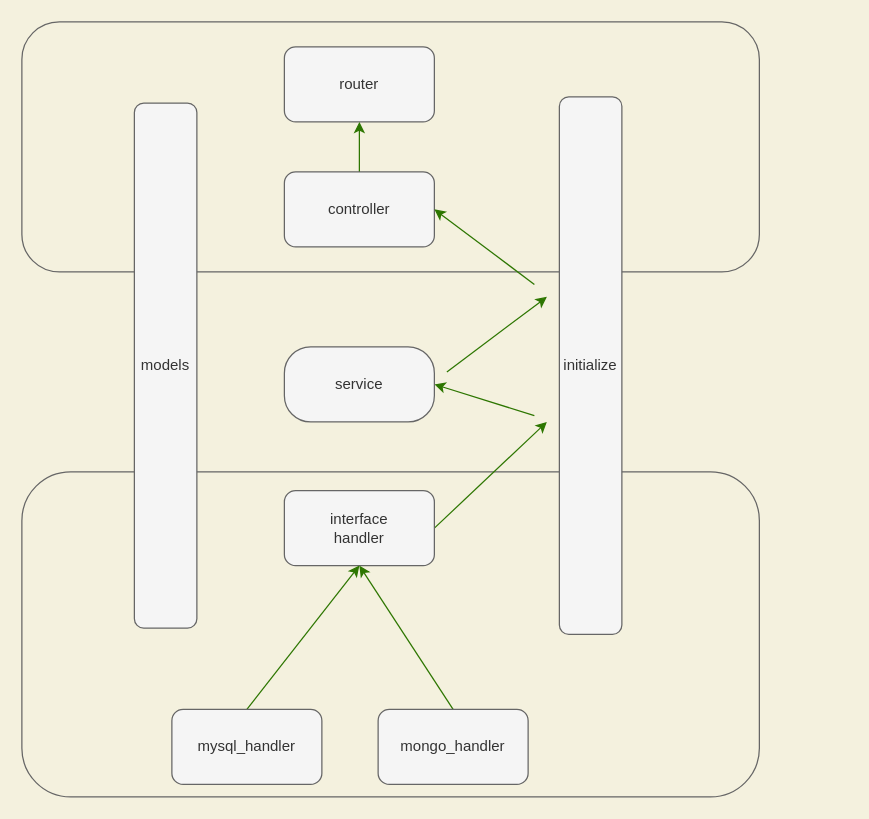
Earlier version of the draw.io diagram page "objs-struct" (2 of 2) of ml-mate.dio (GingerNg/trainmate). Source tidied: cells renumbered, new cells numbered last; positions are measured from the earlier drawing's top-left corner, leaving out a move shared by most shapes. Both pictures are drawn from the tidied source at 125%, with x=0, y=0 at pixel (21, 21).
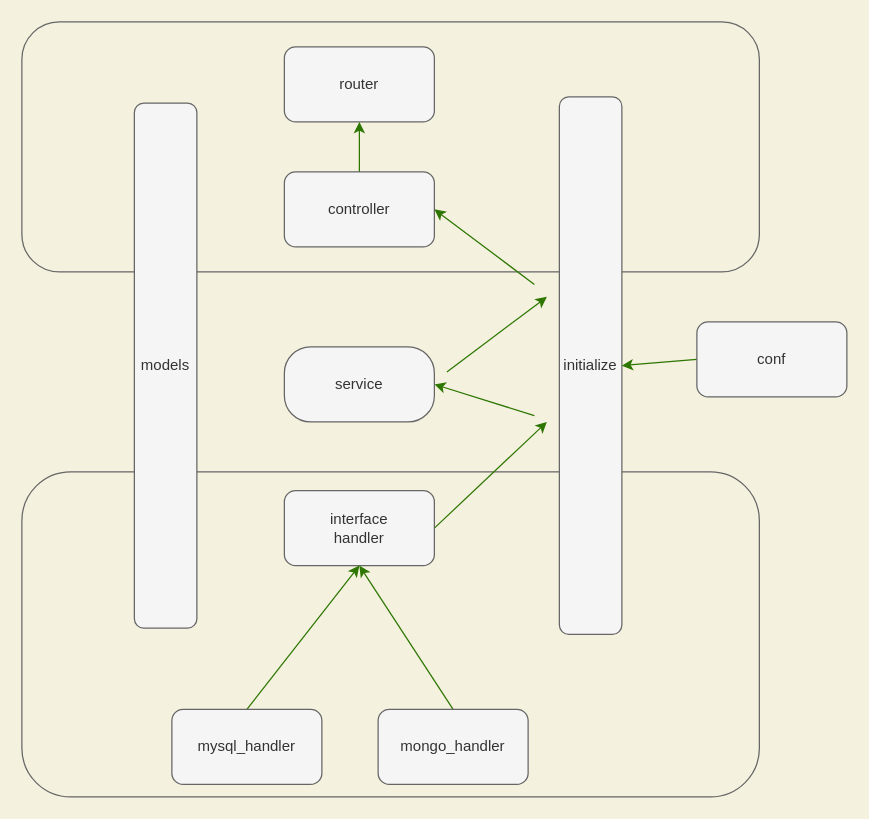
The same page after the edit.

Unchanged cells that the change refers to:
```xml
<mxCell id="9" value="initialize" style="whiteSpace=wrap;html=1;fontColor=#333333;strokeColor=#666666;fillColor=#f5f5f5;rounded=1;" parent="1" vertex="1">
  <mxGeometry x="430" y="60" width="50" height="430" as="geometry" />
</mxCell>
```

Change to the diagram source:
```diff
@@
+    <mxCell id="19" style="edgeStyle=none;html=1;exitX=0;exitY=0.5;exitDx=0;exitDy=0;entryX=1;entryY=0.5;entryDx=0;entryDy=0;fillColor=#60a917;strokeColor=#2D7600;" parent="1" edge="1" source="20" target="9">
+      <mxGeometry relative="1" as="geometry" />
+    </mxCell>
+    <mxCell id="20" value="conf" style="rounded=1;whiteSpace=wrap;html=1;fillColor=#f5f5f5;strokeColor=#666666;fontColor=#333333;" parent="1" vertex="1">
+      <mxGeometry x="540" y="240" width="120" height="60" as="geometry" />
+    </mxCell>
```
